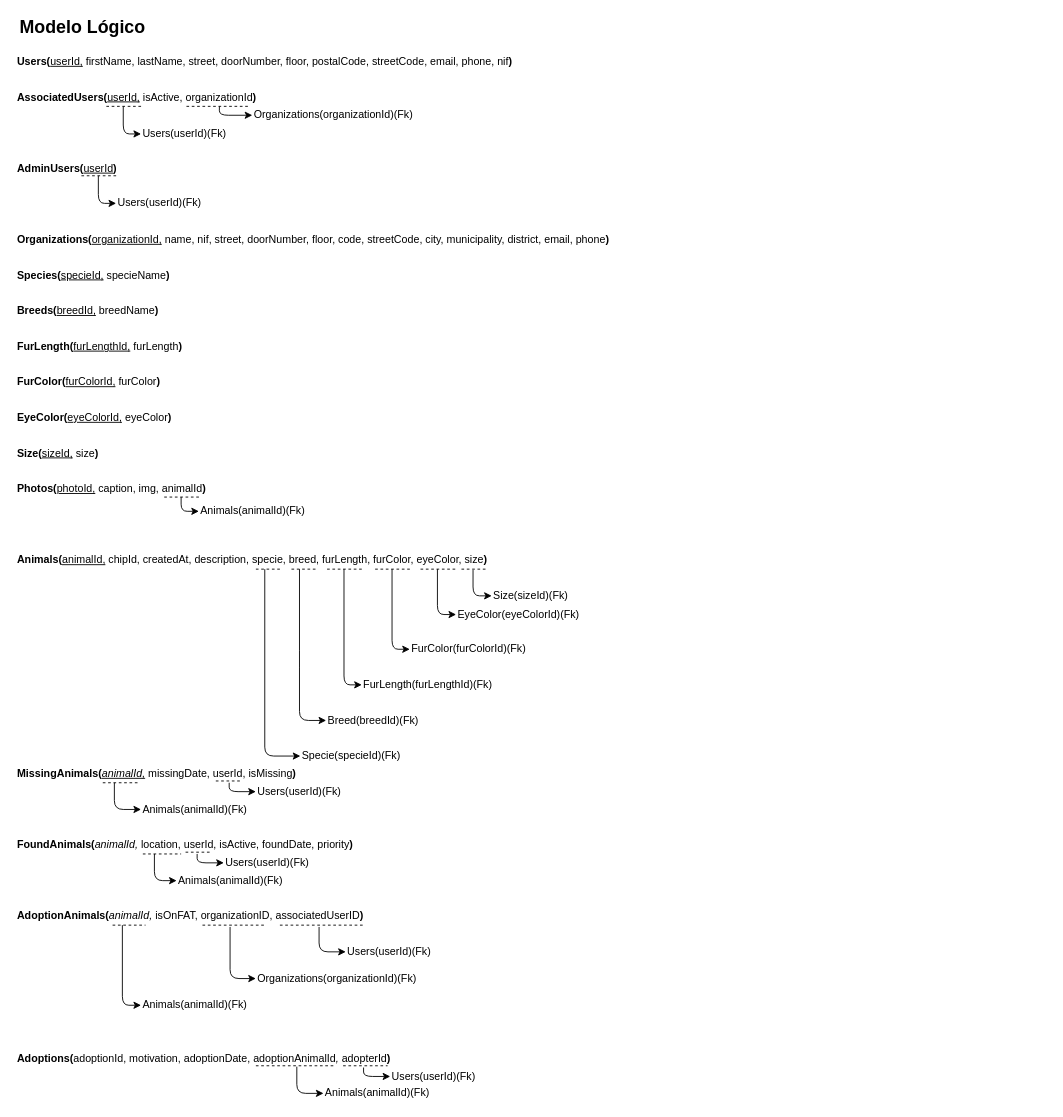
The draw.io diagram Docs/Modelo Logico.drawio in Projecto-Final-de-Curso-TeSP-PSI/pet-adoption, before the edit. Source tidied: cells renumbered, new cells numbered last; positions are measured from the earlier drawing's top-left corner, leaving out a move shared by most shapes. Both pictures are drawn from the tidied source at 89%, with x=0, y=0 at pixel (15, 17).
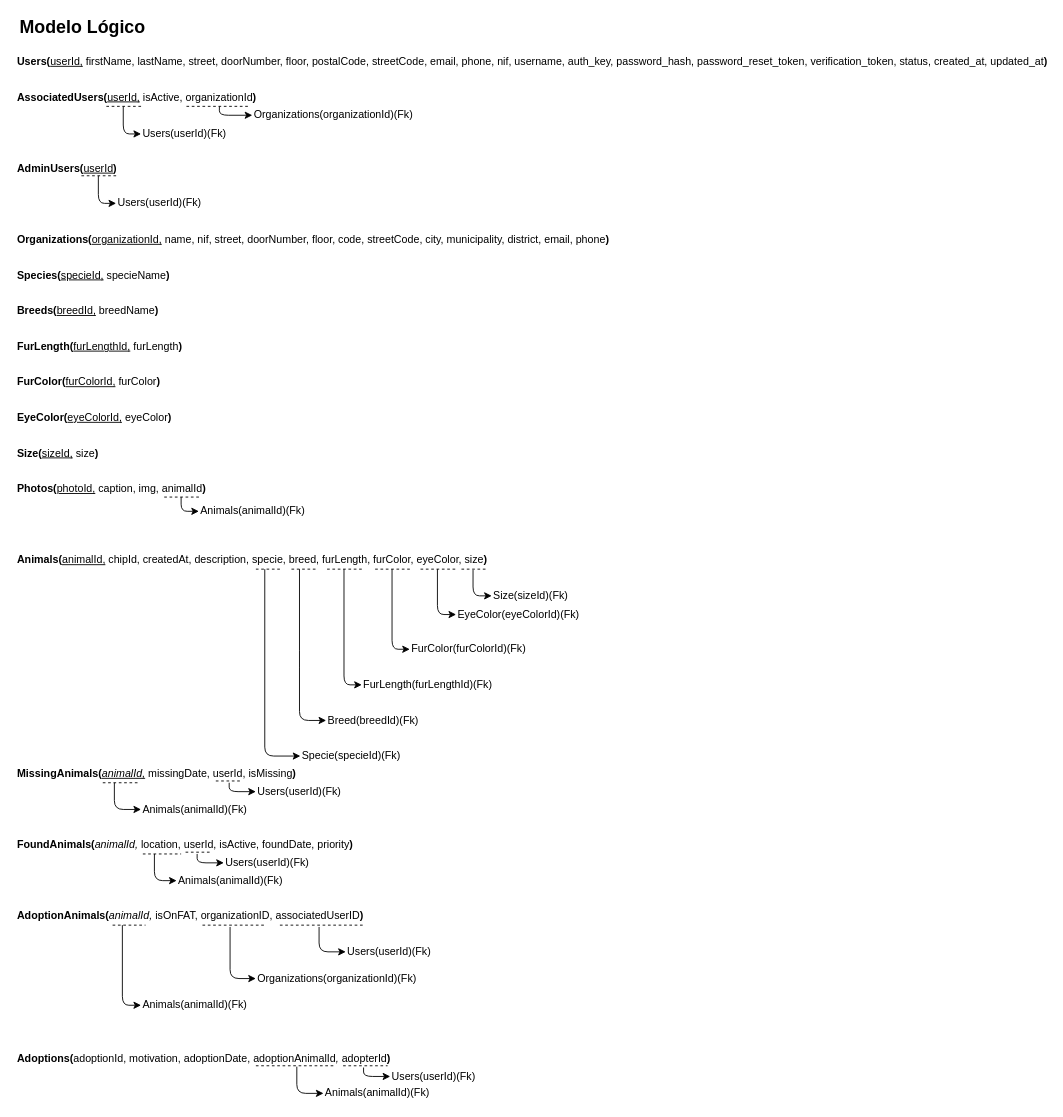
Above is the later version.

Change to the diagram source:
```diff
@@
-    <mxCell id="3" value="&lt;b&gt;Users(&lt;/b&gt;&lt;u&gt;userId,&lt;/u&gt;&amp;nbsp;firstName, lastName, street, doorNumber, floor, postalCode, streetCode, email, phone, nif&lt;b&gt;)&lt;/b&gt;" style="text;html=1;strokeColor=none;fillColor=none;align=left;verticalAlign=middle;rounded=0;" parent="1" vertex="1">
+    <mxCell id="3" value="&lt;b&gt;Users(&lt;/b&gt;&lt;u&gt;userId,&lt;/u&gt;&amp;nbsp;firstName, lastName, street, doorNumber, floor, postalCode, streetCode, email, phone, nif, username, auth_key, password_hash, password_reset_token, verification_token, status, created_at, updated_at&lt;b&gt;)&lt;/b&gt;" style="text;html=1;strokeColor=none;fillColor=none;align=left;verticalAlign=middle;rounded=0;" parent="1" vertex="1">
       <mxGeometry y="40" width="190" height="20" as="geometry" />
     </mxCell>
```
